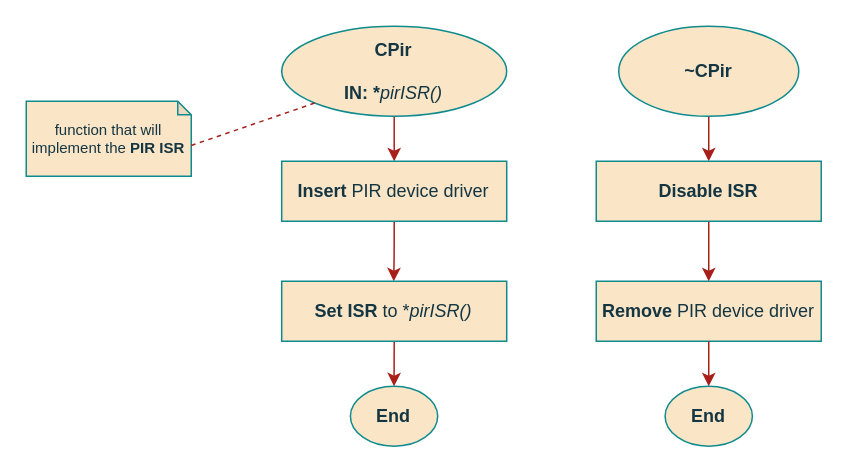
The draw.io diagram page "Constructor" (2 of 2) of documentation/flowcharts/02Classes/CPir.drawio in ESRGgroup9/slipad, before the edit. Source tidied: cells renumbered, new cells numbered last; positions are measured from the earlier drawing's top-left corner, leaving out a move shared by most shapes. Both pictures are drawn from the tidied source at 150%, with x=0, y=0 at pixel (26, 26).
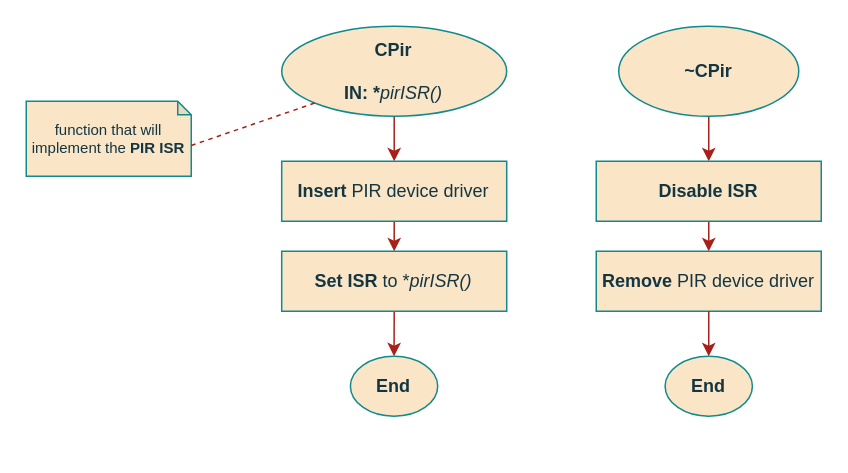
The same page after the edit.

The change refers to these unchanged cells:
```xml
<mxCell id="5" value="&lt;b&gt;Insert&lt;/b&gt; PIR device driver" style="rounded=0;whiteSpace=wrap;html=1;sketch=0;fontColor=#143642;strokeColor=#0F8B8D;fillColor=#FAE5C7;" parent="1" vertex="1">
  <mxGeometry x="170.3" y="90" width="150" height="40" as="geometry" />
</mxCell>
```

What changed in the source:
```diff
@@
-    <mxCell id="4" style="edgeStyle=orthogonalEdgeStyle;curved=0;rounded=1;sketch=0;jettySize=auto;html=1;exitX=0.5;exitY=1;exitDx=0;exitDy=0;entryX=0.5;entryY=0;entryDx=0;entryDy=0;fontColor=#143642;strokeColor=#A8201A;fillColor=#FAE5C7;" parent="1" edge="1" source="5">
-      <mxGeometry relative="1" as="geometry">
-        <mxPoint x="245" y="170" as="targetPoint" />
-      </mxGeometry>
+    <mxCell id="4" style="edgeStyle=orthogonalEdgeStyle;curved=0;rounded=1;sketch=0;jettySize=auto;html=1;exitX=0.5;exitY=1;exitDx=0;exitDy=0;entryX=0.5;entryY=0;entryDx=0;entryDy=0;fontColor=#143642;strokeColor=#A8201A;fillColor=#FAE5C7;" parent="1" edge="1" source="5" target="8">
+      <mxGeometry relative="1" as="geometry" />
     </mxCell>
@@
     <mxCell id="7" value="End" style="ellipse;whiteSpace=wrap;html=1;fillColor=#FAE5C7;strokeColor=#0F8B8D;fontColor=#143642;fontStyle=1;" parent="1" vertex="1">
-      <mxGeometry x="216.1" y="240" width="58.2" height="40" as="geometry" />
+      <mxGeometry x="216.1" y="220" width="58.2" height="40" as="geometry" />
     </mxCell>
     <mxCell id="8" value="&lt;b&gt;Set ISR&lt;/b&gt; to *&lt;i&gt;pirISR()&lt;/i&gt;" style="rounded=0;whiteSpace=wrap;html=1;sketch=0;fontColor=#143642;strokeColor=#0F8B8D;fillColor=#FAE5C7;" parent="1" vertex="1">
-      <mxGeometry x="170.3" y="170" width="150" height="40" as="geometry" />
+      <mxGeometry x="170.3" y="150" width="150" height="40" as="geometry" />
     </mxCell>
@@
     <mxCell id="13" value="&lt;b&gt;Remove&lt;/b&gt; PIR device driver" style="rounded=0;whiteSpace=wrap;html=1;sketch=0;fontColor=#143642;strokeColor=#0F8B8D;fillColor=#FAE5C7;" parent="1" vertex="1">
-      <mxGeometry x="380" y="170" width="150" height="40" as="geometry" />
+      <mxGeometry x="380" y="150" width="150" height="40" as="geometry" />
     </mxCell>
     <mxCell id="14" style="edgeStyle=orthogonalEdgeStyle;curved=0;rounded=1;sketch=0;jettySize=auto;html=1;exitX=0.5;exitY=1;exitDx=0;exitDy=0;entryX=0.5;entryY=0;entryDx=0;entryDy=0;fontColor=#143642;strokeColor=#A8201A;fillColor=#FAE5C7;" parent="1" edge="1" target="15">
       <mxGeometry relative="1" as="geometry">
-        <mxPoint x="455" y="210" as="sourcePoint" />
+        <mxPoint x="455" y="190" as="sourcePoint" />
       </mxGeometry>
     </mxCell>
     <mxCell id="15" value="End" style="ellipse;whiteSpace=wrap;html=1;fillColor=#FAE5C7;strokeColor=#0F8B8D;fontColor=#143642;fontStyle=1;" parent="1" vertex="1">
-      <mxGeometry x="425.9" y="240" width="58.2" height="40" as="geometry" />
+      <mxGeometry x="425.9" y="220" width="58.2" height="40" as="geometry" />
     </mxCell>
```
